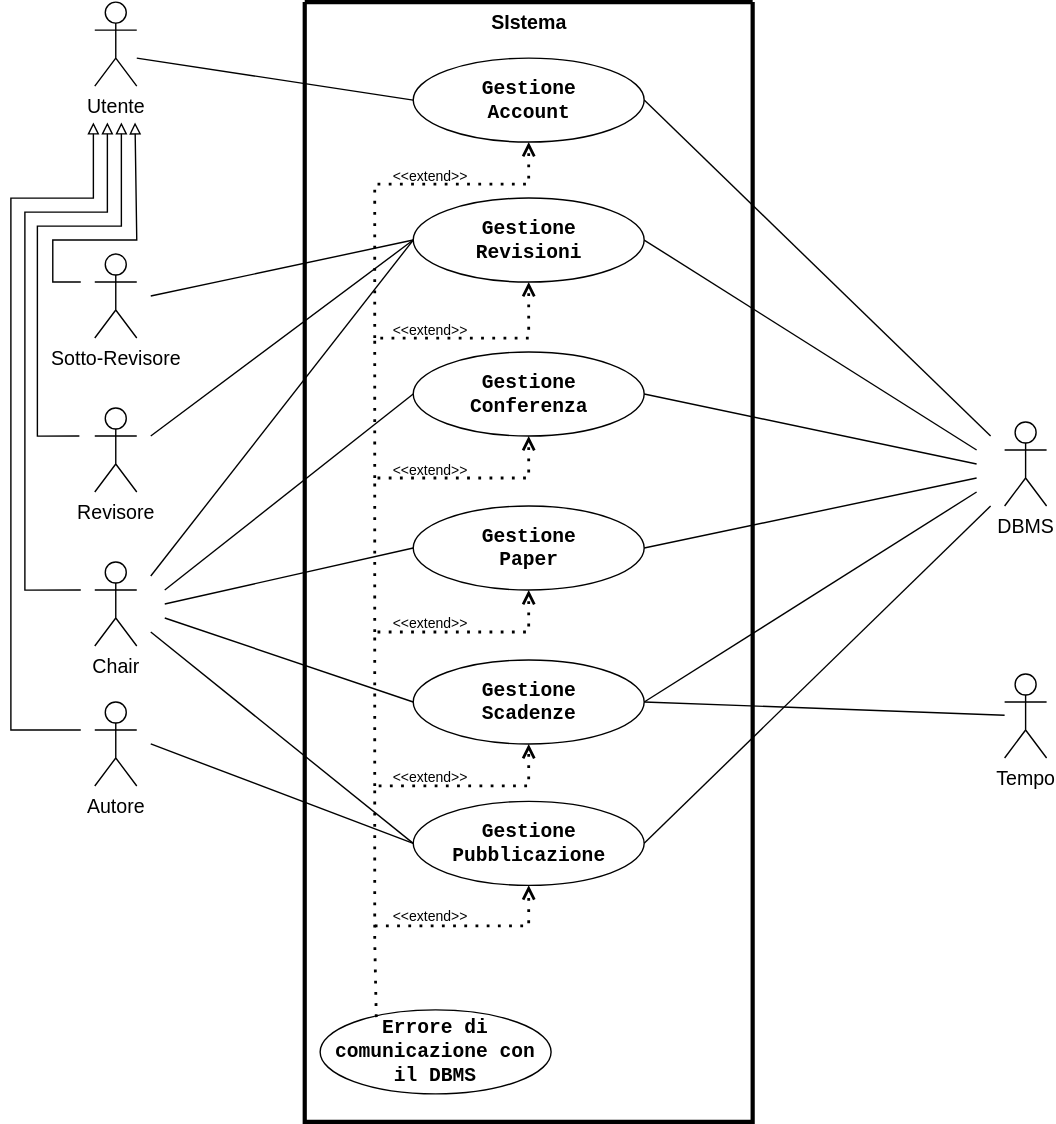
Gabro29/IngegneriaSoftware keeps this draw.io diagram as RAD/images/VistaInsieme.drawio.svg. Above is the earlier version. Source tidied: cells renumbered, new cells last; positions are measured from the earlier drawing's top-left corner, leaving out a move shared by most shapes.
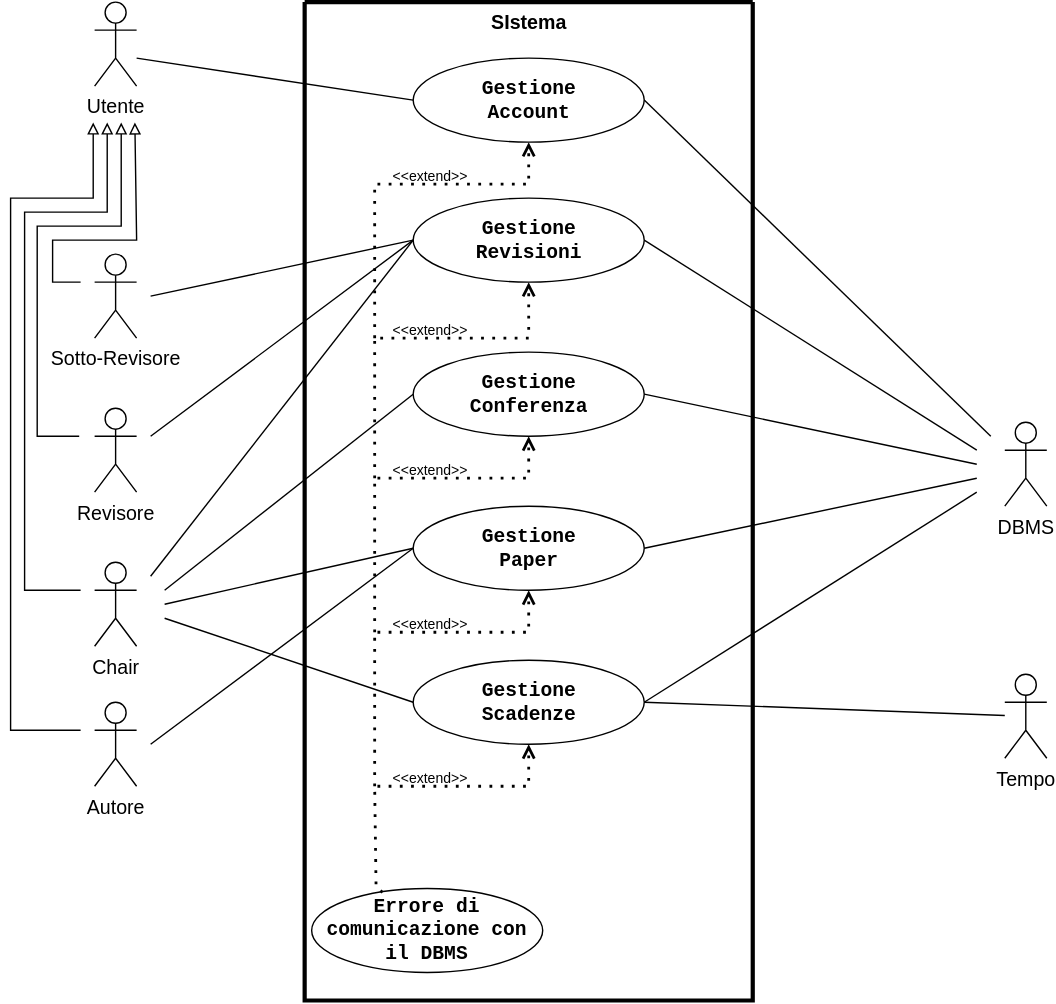
Later version of the same file.

Commit message:
Aggiornata con ultima versione

The edit, as a diff of the source:
```diff
@@ -3,7 +3,7 @@
     <mxCell id="0" />
     <mxCell id="1" parent="0" />
     <mxCell id="2" style="swimlane;startSize=0;swimlaneFillColor=none;strokeWidth=3;strokeColor=light-dark(#000000,#000000);labelBackgroundColor=none;fontColor=light-dark(#000000,#000000);" parent="1" vertex="1">
-      <mxGeometry x="210" width="320" height="800" as="geometry" />
+      <mxGeometry x="210" width="320" height="713" as="geometry" />
     </mxCell>
     <mxCell id="3" value="&lt;font style=&quot;color: light-dark(rgb(0, 0, 0), rgb(0, 0, 0)); font-size: 14px;&quot; face=&quot;Courier New&quot;&gt;&lt;b&gt;Gestione&lt;/b&gt;&lt;/font&gt;&lt;div&gt;&lt;font style=&quot;color: light-dark(rgb(0, 0, 0), rgb(0, 0, 0)); font-size: 14px;&quot; face=&quot;Courier New&quot;&gt;&lt;b&gt;Account&lt;/b&gt;&lt;/font&gt;&lt;/div&gt;" style="ellipse;whiteSpace=wrap;html=1;fillColor=light-dark(#FFFFFF,#FDF89C);strokeColor=light-dark(#000000,#000000);" parent="2" vertex="1">
       <mxGeometry x="77.5" y="40" width="165" height="60" as="geometry" />
@@ -17,14 +17,11 @@
     <mxCell id="6" value="&lt;font face=&quot;Courier New&quot; style=&quot;color: light-dark(rgb(0, 0, 0), rgb(0, 0, 0)); font-size: 14px;&quot;&gt;&lt;b&gt;Gestione&lt;/b&gt;&lt;/font&gt;&lt;div&gt;&lt;span style=&quot;font-family: &amp;quot;Courier New&amp;quot;;&quot;&gt;&lt;font style=&quot;color: light-dark(rgb(0, 0, 0), rgb(0, 0, 0)); font-size: 14px;&quot;&gt;&lt;b&gt;Paper&lt;/b&gt;&lt;/font&gt;&lt;/span&gt;&lt;/div&gt;" style="ellipse;whiteSpace=wrap;html=1;fillColor=light-dark(#FFFFFF,#FDF89C);strokeColor=light-dark(#000000,#000000);" parent="2" vertex="1">
       <mxGeometry x="77.5" y="360" width="165" height="60" as="geometry" />
     </mxCell>
-    <mxCell id="7" value="&lt;font face=&quot;Courier New&quot; style=&quot;color: light-dark(rgb(0, 0, 0), rgb(0, 0, 0)); font-size: 14px;&quot;&gt;&lt;b&gt;Gestione&lt;/b&gt;&lt;/font&gt;&lt;div&gt;&lt;font face=&quot;Courier New&quot; style=&quot;color: light-dark(rgb(0, 0, 0), rgb(0, 0, 0)); font-size: 14px;&quot;&gt;&lt;b&gt;Pubblicazione&lt;/b&gt;&lt;/font&gt;&lt;/div&gt;" style="ellipse;whiteSpace=wrap;html=1;fillColor=light-dark(#FFFFFF,#FDF89C);strokeColor=light-dark(#000000,#000000);" parent="2" vertex="1">
-      <mxGeometry x="77.5" y="571" width="165" height="60" as="geometry" />
-    </mxCell>
     <mxCell id="8" value="&lt;font face=&quot;Courier New&quot; style=&quot;color: light-dark(rgb(0, 0, 0), rgb(0, 0, 0)); font-size: 14px;&quot;&gt;&lt;b&gt;Gestione&lt;/b&gt;&lt;/font&gt;&lt;div&gt;&lt;font face=&quot;Courier New&quot; style=&quot;color: light-dark(rgb(0, 0, 0), rgb(0, 0, 0)); font-size: 14px;&quot;&gt;&lt;b&gt;Scadenze&lt;/b&gt;&lt;/font&gt;&lt;/div&gt;" style="ellipse;whiteSpace=wrap;html=1;fillColor=light-dark(#FFFFFF,#FDF89C);strokeColor=light-dark(#000000,#000000);" parent="2" vertex="1">
       <mxGeometry x="77.5" y="470" width="165" height="60" as="geometry" />
     </mxCell>
     <mxCell id="9" value="&lt;font style=&quot;color: light-dark(rgb(0, 0, 0), rgb(0, 0, 0));&quot; face=&quot;Courier New&quot;&gt;&lt;span style=&quot;font-size: 14px;&quot;&gt;&lt;b style=&quot;&quot;&gt;Errore di comunicazione con il DBMS&lt;/b&gt;&lt;/span&gt;&lt;/font&gt;" style="ellipse;whiteSpace=wrap;html=1;fillColor=light-dark(#FFFFFF,#FDF89C);strokeColor=light-dark(#000000,#000000);" parent="2" vertex="1">
-      <mxGeometry x="11" y="720" width="165" height="60" as="geometry" />
+      <mxGeometry x="5" y="633" width="165" height="60" as="geometry" />
     </mxCell>
     <mxCell id="10" value="&lt;font style=&quot;color: light-dark(rgb(0, 0, 0), rgb(0, 0, 0)); font-size: 14px;&quot;&gt;&lt;b&gt;SIstema&lt;/b&gt;&lt;/font&gt;" style="text;html=1;align=center;verticalAlign=middle;strokeColor=none;fillColor=none;" parent="2" vertex="1">
       <mxGeometry x="120" width="80" height="30" as="geometry" />
@@ -56,13 +53,10 @@
         </Array>
       </mxGeometry>
     </mxCell>
-    <mxCell id="14" value="&lt;font style=&quot;color: light-dark(rgb(0, 0, 0), rgb(0, 0, 0)); font-size: 10px;&quot;&gt;&amp;lt;&amp;lt;extend&amp;gt;&amp;gt;&lt;/font&gt;" style="text;html=1;align=center;verticalAlign=middle;whiteSpace=wrap;rounded=0;" parent="2" vertex="1">
-      <mxGeometry x="59.5" y="648" width="60" height="10" as="geometry" />
-    </mxCell>
-    <mxCell id="15" style="endArrow=open;dashed=1;html=1;dashPattern=1 3;strokeWidth=2;rounded=0;strokeColor=light-dark(#000000,#000000);endFill=0;entryX=0.5;entryY=1;entryDx=0;entryDy=0;exitX=0.243;exitY=0.086;exitDx=0;exitDy=0;exitPerimeter=0;" parent="2" edge="1" source="9" target="8">
+    <mxCell id="15" style="endArrow=open;dashed=1;html=1;dashPattern=1 3;strokeWidth=2;rounded=0;strokeColor=light-dark(#000000,#000000);endFill=0;entryX=0.5;entryY=1;entryDx=0;entryDy=0;exitX=0.307;exitY=0.047;exitDx=0;exitDy=0;exitPerimeter=0;" parent="2" edge="1" source="9" target="8">
       <mxGeometry relative="1" as="geometry">
         <Array as="points">
-          <mxPoint x="50" y="670" />
+          <mxPoint x="51" y="632" />
           <mxPoint x="50" y="560" />
           <mxPoint x="160" y="560" />
         </Array>
@@ -122,17 +116,12 @@
         <mxPoint x="110" y="430" as="sourcePoint" />
       </mxGeometry>
     </mxCell>
-    <mxCell id="28" style="rounded=0;jettySize=auto;html=1;strokeColor=light-dark(#000000,#000000);endArrow=none;startFill=0;entryX=0;entryY=0.5;entryDx=0;entryDy=0;" parent="1" edge="1" target="7">
-      <mxGeometry relative="1" as="geometry">
-        <mxPoint x="100" y="450" as="sourcePoint" />
-      </mxGeometry>
-    </mxCell>
     <mxCell id="29" style="rounded=0;jettySize=auto;html=1;strokeColor=light-dark(#000000,#000000);endArrow=none;startFill=0;entryX=0;entryY=0.5;entryDx=0;entryDy=0;" parent="1" edge="1" target="4">
       <mxGeometry relative="1" as="geometry">
         <mxPoint x="100" y="410" as="sourcePoint" />
       </mxGeometry>
     </mxCell>
-    <mxCell id="30" style="rounded=0;jettySize=auto;html=1;strokeColor=light-dark(#000000,#000000);endArrow=none;startFill=0;entryX=0;entryY=0.5;entryDx=0;entryDy=0;" parent="1" edge="1" target="7">
+    <mxCell id="30" style="rounded=0;jettySize=auto;html=1;strokeColor=light-dark(#000000,#000000);endArrow=none;startFill=0;entryX=0;entryY=0.5;entryDx=0;entryDy=0;" parent="1" edge="1" target="6">
       <mxGeometry relative="1" as="geometry">
         <mxPoint x="100" y="530" as="sourcePoint" />
       </mxGeometry>
@@ -173,11 +162,6 @@
         <mxPoint x="690" y="350" as="targetPoint" />
       </mxGeometry>
     </mxCell>
-    <mxCell id="39" style="rounded=0;jettySize=auto;html=1;strokeColor=light-dark(#000000,#000000);endArrow=none;startFill=0;exitX=1;exitY=0.5;exitDx=0;exitDy=0;" parent="1" edge="1" source="7">
-      <mxGeometry relative="1" as="geometry">
-        <mxPoint x="700" y="360" as="targetPoint" />
-      </mxGeometry>
-    </mxCell>
     <mxCell id="40" style="rounded=0;jettySize=auto;html=1;strokeColor=light-dark(#000000,#000000);endArrow=none;startFill=0;exitX=1;exitY=0.5;exitDx=0;exitDy=0;" parent="1" edge="1" source="8" target="33">
       <mxGeometry relative="1" as="geometry" />
     </mxCell>
@@ -225,14 +209,6 @@
         </Array>
       </mxGeometry>
     </mxCell>
-    <mxCell id="45" style="endArrow=open;dashed=1;html=1;dashPattern=1 3;strokeWidth=2;rounded=0;strokeColor=light-dark(#000000,#000000);endFill=0;entryX=0.5;entryY=1;entryDx=0;entryDy=0;" parent="1" edge="1" target="7">
-      <mxGeometry relative="1" as="geometry">
-        <mxPoint x="260" y="660" as="sourcePoint" />
-        <Array as="points">
-          <mxPoint x="370" y="660" />
-        </Array>
-      </mxGeometry>
-    </mxCell>
     <mxCell id="46" value="&lt;font style=&quot;color: light-dark(rgb(0, 0, 0), rgb(0, 0, 0)); font-size: 10px;&quot;&gt;&amp;lt;&amp;lt;extend&amp;gt;&amp;gt;&lt;/font&gt;" style="text;html=1;align=center;verticalAlign=middle;whiteSpace=wrap;rounded=0;" parent="1" vertex="1">
       <mxGeometry x="269.5" y="439" width="60" height="10" as="geometry" />
     </mxCell>
```
